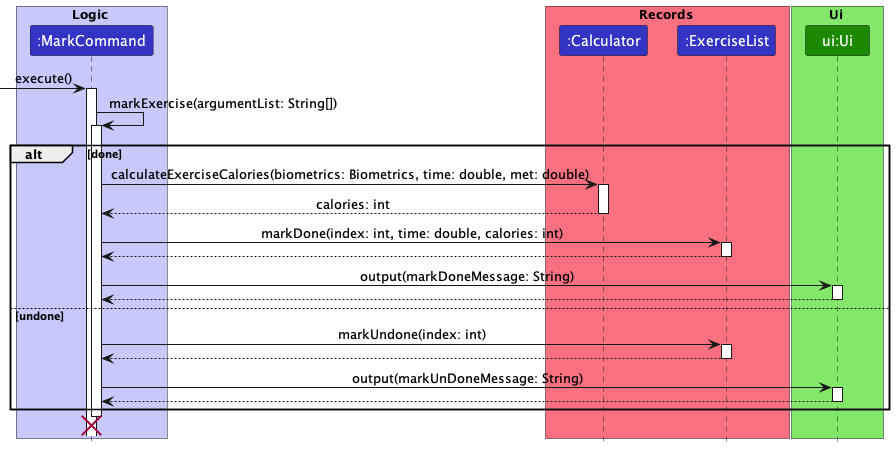
Earlier version of the PlantUML export docs/UmlDiagrams/MarkExercise.png (nus-cs2113-AY2223S1/tp).
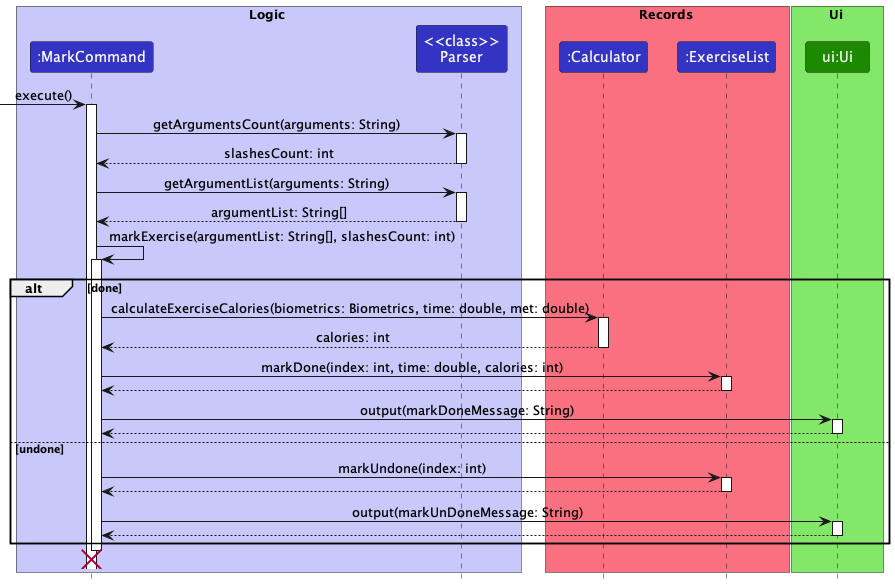
The same file after the commit.

Change to the diagram source:
```diff
@@ -5,6 +5,7 @@
 
 box Logic LOGIC_COLOR_T1
 participant ":MarkCommand" as MarkCommand LOGIC_COLOR
+participant "<<class>>\nParser" as parser LOGIC_COLOR
 end box
 
 box Records RECORD_COLOR_T1
@@ -17,7 +18,12 @@
 end box
 
 [-> MarkCommand : execute()
-MarkCommand -> MarkCommand : markExercise(argumentList: String[])
+MarkCommand -> parser: getArgumentsCount(arguments: String)
+return slashesCount: int
+MarkCommand -> parser: getArgumentList(arguments: String)
+return argumentList: String[]
+
+MarkCommand -> MarkCommand : markExercise(argumentList: String[], slashesCount: int)
 
 alt done
 MarkCommand -> Calculator : calculateExerciseCalories(biometrics: Biometrics, time: double, met: double)
```
